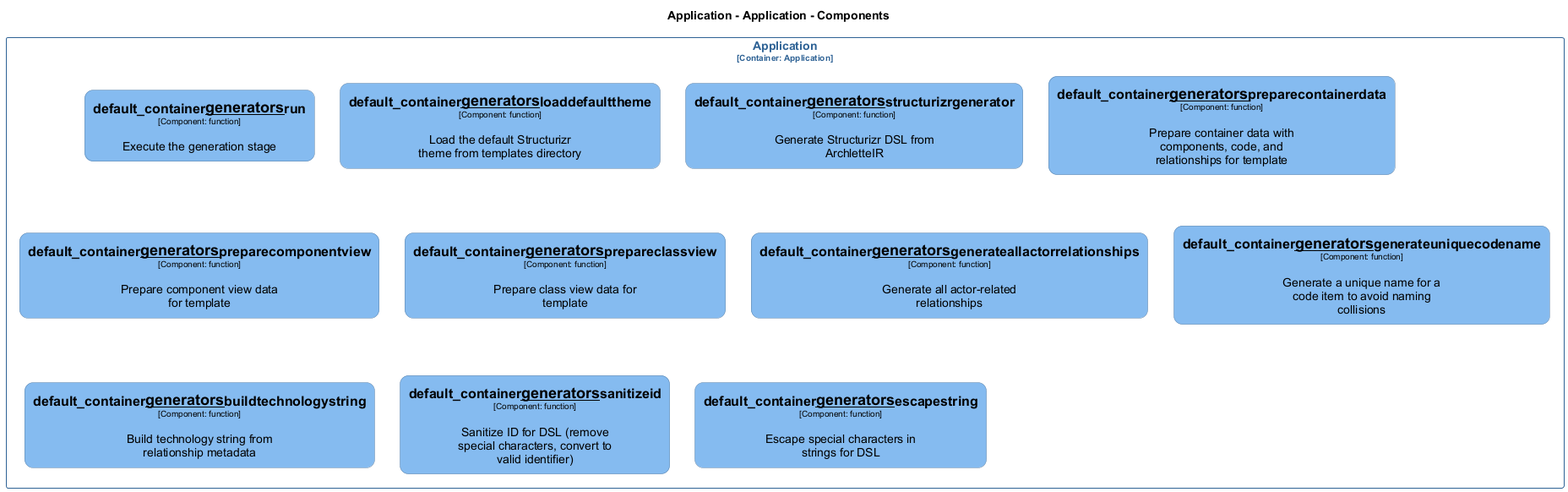
Before: docs/architecture/diagrams/structurizr-Classes_default_container__generators.png, a diagram exported from PlantUML (chrislyons-dev/archlette).
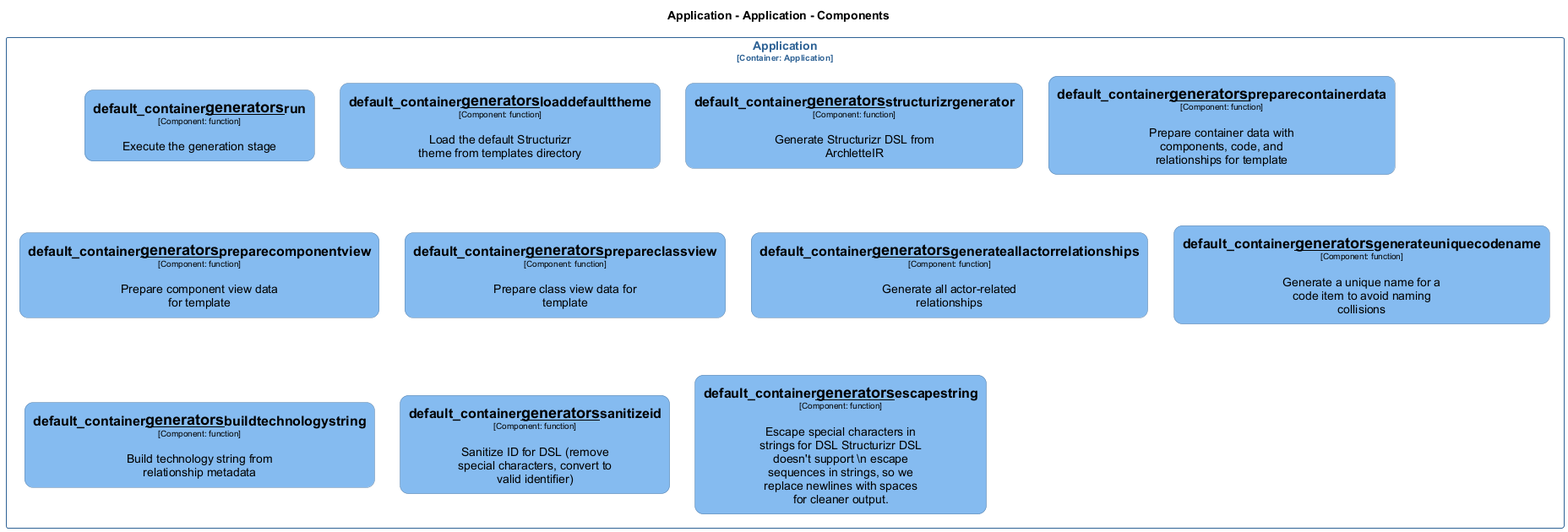
The same file after the commit.

What changed in the source:
```diff
@@ -110,7 +110,7 @@
   rectangle "==default_container__generators__generateuniquecodename\n<size:10>[Component: function]</size>\n\nGenerate a unique name for a code item to avoid naming collisions" <<Application.Application.default_container__generators__generateuniquecodename>> as Application.Application.default_container__generators__generateuniquecodename
   rectangle "==default_container__generators__buildtechnologystring\n<size:10>[Component: function]</size>\n\nBuild technology string from relationship metadata" <<Application.Application.default_container__generators__buildtechnologystring>> as Application.Application.default_container__generators__buildtechnologystring
   rectangle "==default_container__generators__sanitizeid\n<size:10>[Component: function]</size>\n\nSanitize ID for DSL (remove special characters, convert to valid identifier)" <<Application.Application.default_container__generators__sanitizeid>> as Application.Application.default_container__generators__sanitizeid
-  rectangle "==default_container__generators__escapestring\n<size:10>[Component: function]</size>\n\nEscape special characters in strings for DSL" <<Application.Application.default_container__generators__escapestring>> as Application.Application.default_container__generators__escapestring
+  rectangle "==default_container__generators__escapestring\n<size:10>[Component: function]</size>\n\nEscape special characters in strings for DSL Structurizr DSL doesn't support \\n escape sequences in strings, so we replace newlines with spaces for cleaner output." <<Application.Application.default_container__generators__escapestring>> as Application.Application.default_container__generators__escapestring
 }
 
 @enduml
```
